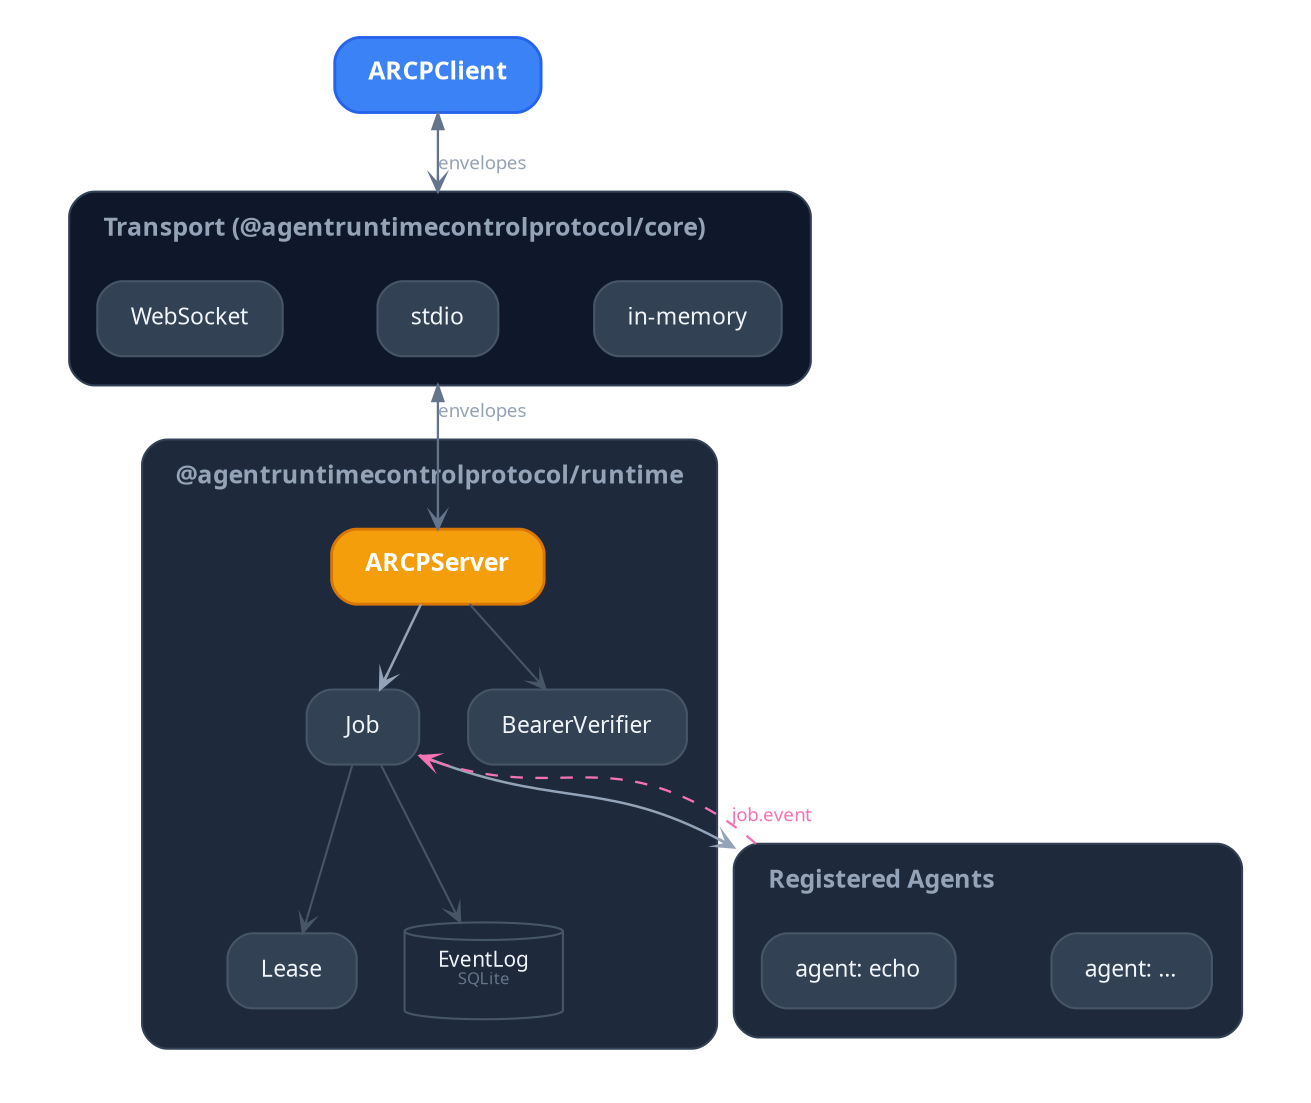
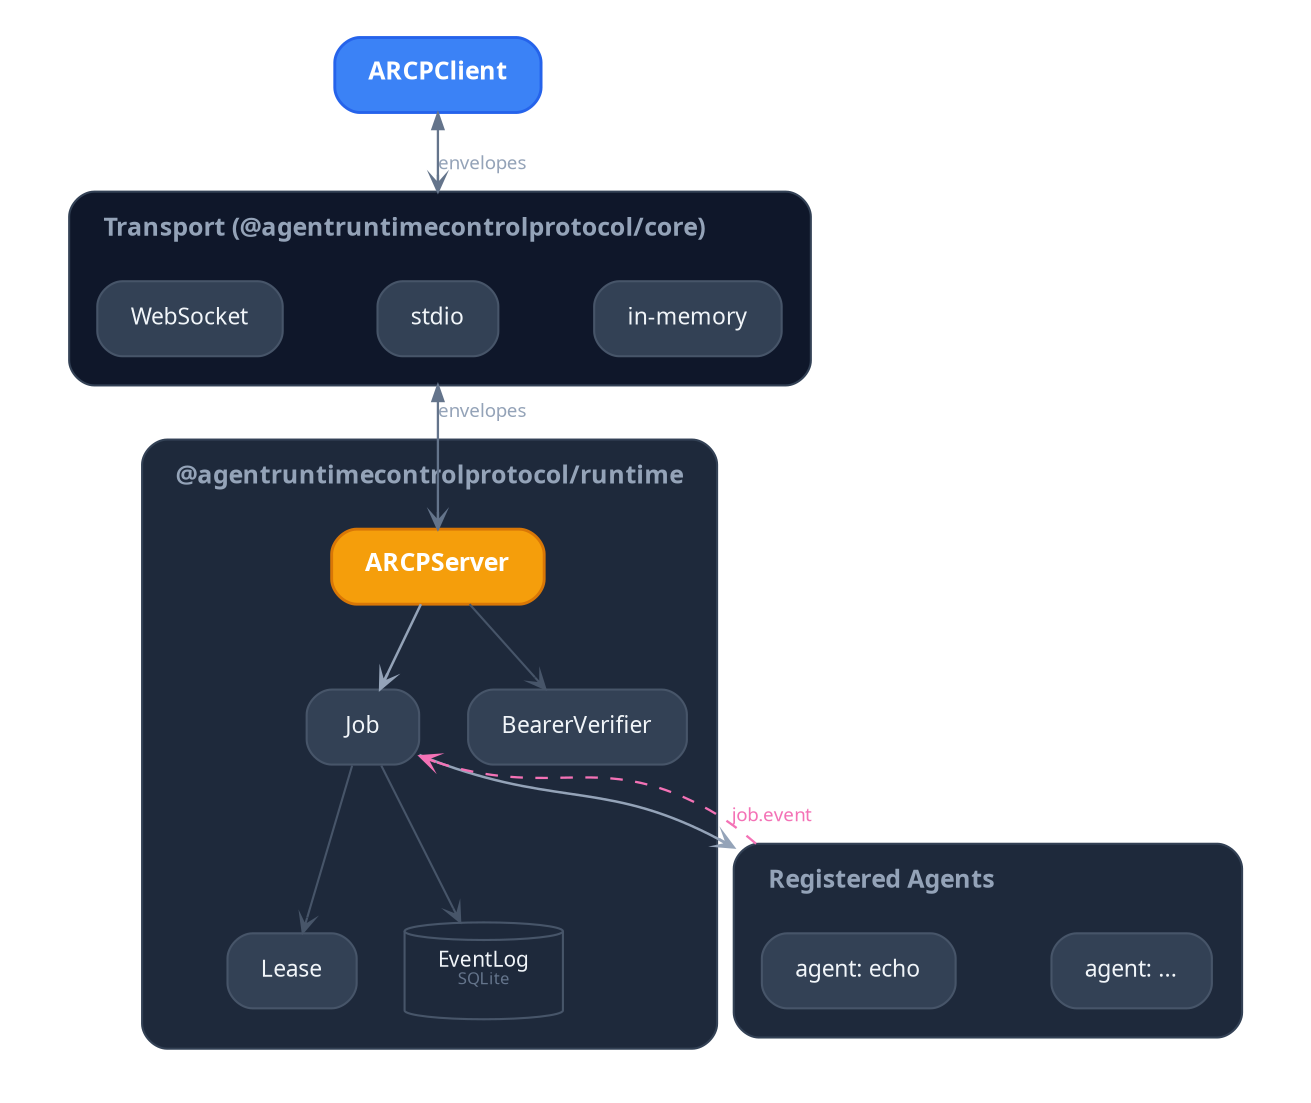
digraph ARCPTypescriptSDK {
  rankdir=TB;
  bgcolor="transparent";
  compound=true;
  fontname="TT Commons Pro Trial";
  splines=spline;
  nodesep=0.32;
  ranksep=0.55;
  pad="0.35,0.25";

  node [
    shape=box,
    style="rounded,filled",
    fillcolor="#334155",
    color="#475569",
    fontname="TT Commons Pro Trial",
    fontsize=11,
    fontcolor="#F1F5F9",
    margin="0.22,0.11",
    penwidth=1.0
  ];

  edge [
    fontname="TT Commons Pro Trial",
    fontsize=9,
    fontcolor="#94A3B8",
    color="#64748B",
    penwidth=1.1,
    arrowsize=0.75,
    arrowhead=vee
  ];

  Client [
    label=<<FONT POINT-SIZE="12"><B>ARCPClient</B></FONT>>,
    fillcolor="#3B82F6", color="#2563EB",
    fontcolor="white", penwidth=1.4
  ];

  subgraph cluster_transport {
    label=<<TABLE BORDER="0" CELLBORDER="0" CELLPADDING="0" CELLSPACING="0"><TR><TD COLSPAN="3" HEIGHT="8"></TD></TR><TR><TD WIDTH="8"></TD><TD><FONT POINT-SIZE="12"><B>Transport (@agentruntimecontrolprotocol/core)</B></FONT></TD><TD WIDTH="8"></TD></TR></TABLE>>;
    style="rounded,filled";
    fillcolor="#0F172A";
    color="#334155";
    fontname="TT Commons Pro Trial";
    fontcolor="#94A3B8";
    margin=14;
    labeljust=l;
    penwidth=1.0;

    WS    [label="WebSocket"];
    StdIO [label="stdio"];
    InMem [label="in-memory"];

    WS -> StdIO -> InMem [style=invis];
    { rank=same; WS; StdIO; InMem; }
  }

  subgraph cluster_runtime {
    label=<<TABLE BORDER="0" CELLBORDER="0" CELLPADDING="0" CELLSPACING="0"><TR><TD COLSPAN="3" HEIGHT="8"></TD></TR><TR><TD WIDTH="8"></TD><TD><FONT POINT-SIZE="12"><B>@agentruntimecontrolprotocol/runtime</B></FONT></TD><TD WIDTH="8"></TD></TR></TABLE>>;
    style="rounded,filled";
    fillcolor="#1E293B";
    color="#334155";
    fontname="TT Commons Pro Trial";
    fontcolor="#94A3B8";
    margin=14;
    labeljust=l;
    penwidth=1.0;

    Server [
      label=<<FONT POINT-SIZE="12"><B>ARCPServer</B></FONT>>,
      fillcolor="#F59E0B", color="#D97706",
      fontcolor="white", penwidth=1.4
    ];

    Job    [label="Job"];
    Lease  [label="Lease"];
    Auth   [label="BearerVerifier"];

    Store [
      label=<<FONT POINT-SIZE="10">EventLog</FONT><BR/><FONT POINT-SIZE="8" COLOR="#64748B">SQLite</FONT>>,
      shape=cylinder, fillcolor="#1E293B"
    ];
  }

  subgraph cluster_agents {
    label=<<TABLE BORDER="0" CELLBORDER="0" CELLPADDING="0" CELLSPACING="0"><TR><TD COLSPAN="3" HEIGHT="8"></TD></TR><TR><TD WIDTH="8"></TD><TD><FONT POINT-SIZE="12"><B>Registered Agents</B></FONT></TD><TD WIDTH="8"></TD></TR></TABLE>>;
    style="rounded,filled";
    fillcolor="#1E293B";
    color="#334155";
    fontname="TT Commons Pro Trial";
    fontcolor="#94A3B8";
    margin=14;
    labeljust=l;
    penwidth=1.0;

    AgentA [label="agent: echo"];
-     AgentB [label="agent: …"];
+     AgentB [label="agent: ..."];

    AgentA -> AgentB [style=invis];
    { rank=same; AgentA; AgentB; }
  }

  Client -> StdIO  [dir=both, label="envelopes", lhead=cluster_transport];
  StdIO  -> Server [dir=both, label="envelopes", ltail=cluster_transport];

  edge [color="#94A3B8", penwidth=1.2];
  Server -> Job;
  Job    -> AgentA [lhead=cluster_agents];

  edge [color="#475569", penwidth=1.0];
  Server -> Auth;
  Job    -> Lease;
  Job    -> Store;

  AgentA -> Job [
    style=dashed, color="#F472B6", penwidth=1.1,
    constraint=false, ltail=cluster_agents,
    label=<<FONT COLOR="#F472B6">job.event</FONT>>, fontsize=9
  ];
}
